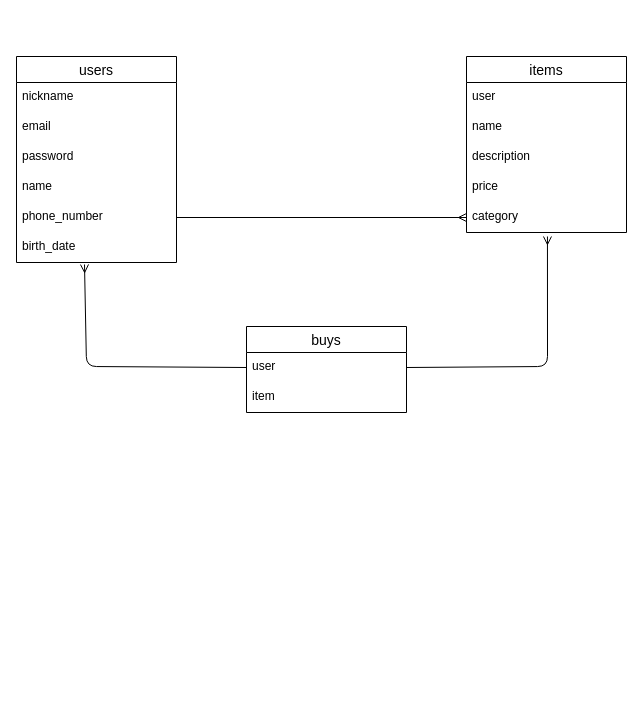
The draw.io diagram ER.dio in owlism/furima-41444, before the edit. Source tidied: cells renumbered, new cells numbered last; positions are measured from the earlier drawing's top-left corner, leaving out a move shared by most shapes. Both pictures are drawn from the tidied source at 100%, with x=0, y=0 at pixel (16, 56).
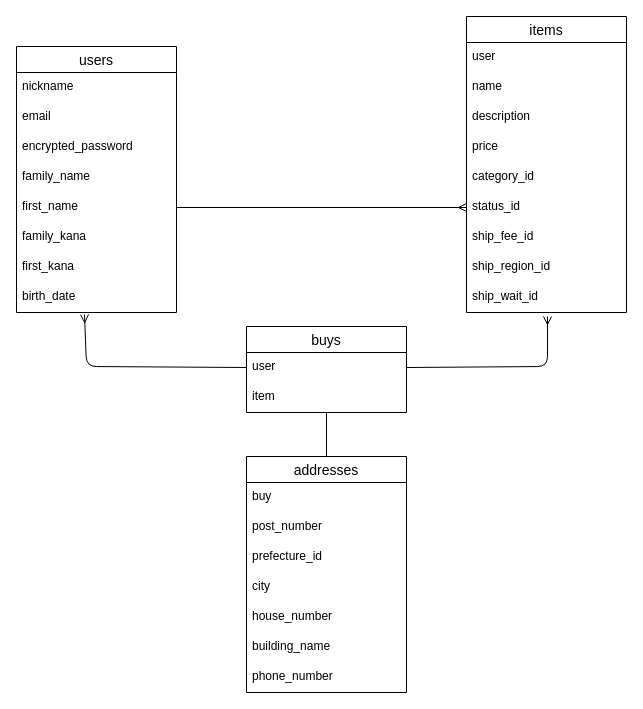
The same diagram, later.

The change refers to these unchanged cells:
```xml
<mxCell id="16" value="user" style="text;strokeColor=none;fillColor=none;spacingLeft=4;spacingRight=4;overflow=hidden;points=[[0,0.5],[1,0.5]];portConstraint=eastwest;fontSize=12;" parent="15" vertex="1">
  <mxGeometry y="26" width="160" height="30" as="geometry" />
</mxCell>
<mxCell id="17" value="item" style="text;strokeColor=none;fillColor=none;spacingLeft=4;spacingRight=4;overflow=hidden;points=[[0,0.5],[1,0.5]];portConstraint=eastwest;fontSize=12;" parent="15" vertex="1">
  <mxGeometry y="56" width="160" height="30" as="geometry" />
</mxCell>
```

Change to the diagram source:
```diff
@@
     <mxCell id="2" value="users" style="swimlane;fontStyle=0;horizontal=1;startSize=26;align=center;fontSize=14;" parent="1" vertex="1">
-      <mxGeometry width="160" height="206" as="geometry" />
+      <mxGeometry y="-10" width="160" height="266" as="geometry" />
     </mxCell>
@@
-    <mxCell id="5" value="password" style="text;strokeColor=none;fillColor=none;spacingLeft=4;spacingRight=4;overflow=hidden;fontSize=12;" parent="2" vertex="1">
+    <mxCell id="5" value="encrypted_password" style="text;strokeColor=none;fillColor=none;spacingLeft=4;spacingRight=4;overflow=hidden;fontSize=12;" parent="2" vertex="1">
       <mxGeometry y="86" width="160" height="30" as="geometry" />
     </mxCell>
-    <mxCell id="6" value="name" style="text;strokeColor=none;fillColor=none;spacingLeft=4;spacingRight=4;overflow=hidden;fontSize=12;" parent="2" vertex="1">
+    <mxCell id="6" value="family_name" style="text;strokeColor=none;fillColor=none;spacingLeft=4;spacingRight=4;overflow=hidden;fontSize=12;" parent="2" vertex="1">
       <mxGeometry y="116" width="160" height="30" as="geometry" />
     </mxCell>
-    <mxCell id="7" value="phone_number" style="text;strokeColor=none;fillColor=none;spacingLeft=4;spacingRight=4;overflow=hidden;points=[[0,0.5],[1,0.5]];portConstraint=eastwest;fontSize=12;" parent="2" vertex="1">
-      <mxGeometry y="146" width="160" height="30" as="geometry" />
-    </mxCell>
+    <mxCell id="21" value="first_name" style="text;strokeColor=none;fillColor=none;spacingLeft=4;spacingRight=4;overflow=hidden;points=[[0,0.5],[1,0.5]];portConstraint=eastwest;fontSize=12;" parent="2" vertex="1">
+      <mxGeometry y="146" width="160" height="30" as="geometry" />
+    </mxCell>
+    <mxCell id="22" value="family_kana" style="text;strokeColor=none;fillColor=none;spacingLeft=4;spacingRight=4;overflow=hidden;fontSize=12;" parent="2" vertex="1">
+      <mxGeometry y="176" width="160" height="30" as="geometry" />
+    </mxCell>
+    <mxCell id="23" value="first_kana" style="text;strokeColor=none;fillColor=none;spacingLeft=4;spacingRight=4;overflow=hidden;fontSize=12;" parent="2" vertex="1">
+      <mxGeometry y="206" width="160" height="30" as="geometry" />
+    </mxCell>
     <mxCell id="8" value="birth_date" style="text;strokeColor=none;fillColor=none;spacingLeft=4;spacingRight=4;overflow=hidden;points=[[0,0.5],[1,0.5]];portConstraint=eastwest;fontSize=12;" parent="2" vertex="1">
-      <mxGeometry y="176" width="160" height="30" as="geometry" />
+      <mxGeometry y="236" width="160" height="30" as="geometry" />
     </mxCell>
     <mxCell id="9" value="items" style="swimlane;fontStyle=0;horizontal=1;startSize=26;align=center;fontSize=14;" parent="1" vertex="1">
-      <mxGeometry x="450" width="160" height="176" as="geometry" />
+      <mxGeometry x="450" y="-40" width="160" height="296" as="geometry" />
     </mxCell>
@@
-    <mxCell id="14" value="category" style="text;strokeColor=none;fillColor=none;spacingLeft=4;spacingRight=4;overflow=hidden;points=[[0,0.5],[1,0.5]];portConstraint=eastwest;fontSize=12;" parent="9" vertex="1">
+    <mxCell id="14" value="category_id" style="text;strokeColor=none;fillColor=none;spacingLeft=4;spacingRight=4;overflow=hidden;points=[[0,0.5],[1,0.5]];portConstraint=eastwest;fontSize=12;" parent="9" vertex="1">
       <mxGeometry y="146" width="160" height="30" as="geometry" />
     </mxCell>
+    <mxCell id="24" value="status_id" style="text;strokeColor=none;fillColor=none;spacingLeft=4;spacingRight=4;overflow=hidden;points=[[0,0.5],[1,0.5]];portConstraint=eastwest;fontSize=12;" parent="9" vertex="1">
+      <mxGeometry y="176" width="160" height="30" as="geometry" />
+    </mxCell>
+    <mxCell id="25" value="ship_fee_id" style="text;strokeColor=none;fillColor=none;spacingLeft=4;spacingRight=4;overflow=hidden;fontSize=12;" parent="9" vertex="1">
+      <mxGeometry y="206" width="160" height="30" as="geometry" />
+    </mxCell>
+    <mxCell id="26" value="ship_region_id" style="text;strokeColor=none;fillColor=none;spacingLeft=4;spacingRight=4;overflow=hidden;fontSize=12;" parent="9" vertex="1">
+      <mxGeometry y="236" width="160" height="30" as="geometry" />
+    </mxCell>
+    <mxCell id="27" value="ship_wait_id" style="text;strokeColor=none;fillColor=none;spacingLeft=4;spacingRight=4;overflow=hidden;fontSize=12;" parent="9" vertex="1">
+      <mxGeometry y="266" width="160" height="30" as="geometry" />
+    </mxCell>
@@
-    <mxCell id="18" style="edgeStyle=none;html=1;exitX=1;exitY=0.5;exitDx=0;exitDy=0;endArrow=ERmany;endFill=0;strokeWidth=1;startSize=28;jumpSize=11;jumpStyle=none;" parent="1" edge="1" source="7" target="14">
+    <mxCell id="18" style="edgeStyle=none;html=1;endArrow=ERmany;endFill=0;strokeWidth=1;startSize=28;jumpSize=11;jumpStyle=none;entryX=0;entryY=0.5;entryDx=0;entryDy=0;" parent="1" edge="1" source="21" target="24">
       <mxGeometry relative="1" as="geometry" />
     </mxCell>
-    <mxCell id="19" style="edgeStyle=none;jumpStyle=none;jumpSize=11;html=1;exitX=1;exitY=0.5;exitDx=0;exitDy=0;entryX=0.506;entryY=1.133;entryDx=0;entryDy=0;entryPerimeter=0;strokeWidth=1;endArrow=ERmany;endFill=0;startSize=28;" parent="1" edge="1" source="16" target="14">
+    <mxCell id="19" style="edgeStyle=none;jumpStyle=none;jumpSize=11;html=1;exitX=1;exitY=0.5;exitDx=0;exitDy=0;strokeWidth=1;endArrow=ERmany;endFill=0;startSize=28;" parent="1" edge="1" source="16">
       <mxGeometry relative="1" as="geometry">
+        <mxPoint x="531" y="260" as="targetPoint" />
         <Array as="points">
           <mxPoint x="531" y="310" />
         </Array>
       </mxGeometry>
     </mxCell>
@@
+    <mxCell id="28" style="edgeStyle=none;jumpStyle=none;jumpSize=11;html=1;exitX=0.5;exitY=0;exitDx=0;exitDy=0;strokeWidth=1;endArrow=baseDash;endFill=0;startSize=28;" parent="1" edge="1" source="29" target="17">
+      <mxGeometry relative="1" as="geometry" />
+    </mxCell>
+    <mxCell id="29" value="addresses" style="swimlane;fontStyle=0;horizontal=1;startSize=26;align=center;fontSize=14;" parent="1" vertex="1">
+      <mxGeometry x="230" y="400" width="160" height="236" as="geometry" />
+    </mxCell>
+    <mxCell id="30" value="buy" style="text;strokeColor=none;fillColor=none;spacingLeft=4;spacingRight=4;overflow=hidden;fontSize=12;" parent="29" vertex="1">
+      <mxGeometry y="26" width="160" height="30" as="geometry" />
+    </mxCell>
+    <mxCell id="31" value="post_number" style="text;strokeColor=none;fillColor=none;spacingLeft=4;spacingRight=4;overflow=hidden;fontSize=12;" parent="29" vertex="1">
+      <mxGeometry y="56" width="160" height="30" as="geometry" />
+    </mxCell>
+    <mxCell id="32" value="prefecture_id" style="text;strokeColor=none;fillColor=none;spacingLeft=4;spacingRight=4;overflow=hidden;fontSize=12;" parent="29" vertex="1">
+      <mxGeometry y="86" width="160" height="30" as="geometry" />
+    </mxCell>
+    <mxCell id="33" value="city" style="text;strokeColor=none;fillColor=none;spacingLeft=4;spacingRight=4;overflow=hidden;fontSize=12;" parent="29" vertex="1">
+      <mxGeometry y="116" width="160" height="30" as="geometry" />
+    </mxCell>
+    <mxCell id="34" value="house_number" style="text;strokeColor=none;fillColor=none;spacingLeft=4;spacingRight=4;overflow=hidden;fontSize=12;" parent="29" vertex="1">
+      <mxGeometry y="146" width="160" height="30" as="geometry" />
+    </mxCell>
+    <mxCell id="35" value="building_name" style="text;strokeColor=none;fillColor=none;spacingLeft=4;spacingRight=4;overflow=hidden;fontSize=12;" parent="29" vertex="1">
+      <mxGeometry y="176" width="160" height="30" as="geometry" />
+    </mxCell>
+    <mxCell id="7" value="phone_number" style="text;strokeColor=none;fillColor=none;spacingLeft=4;spacingRight=4;overflow=hidden;points=[[0,0.5],[1,0.5]];portConstraint=eastwest;fontSize=12;" parent="29" vertex="1">
+      <mxGeometry y="206" width="160" height="30" as="geometry" />
+    </mxCell>
```
